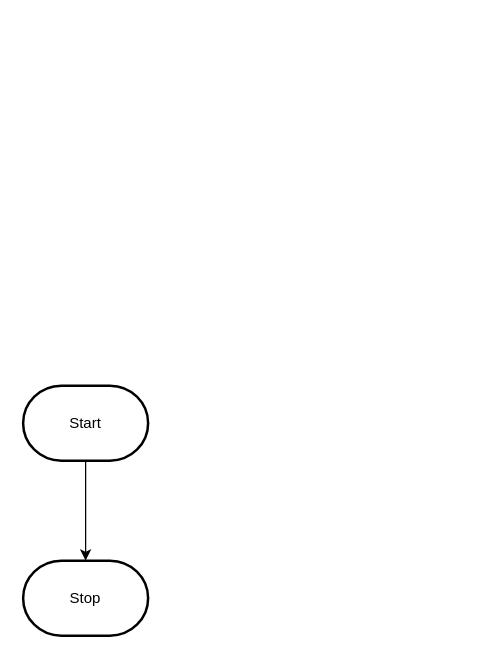
Earlier version of the draw.io diagram design/flowchart.drawio (MTHS-ICD2O-1-2024/ICD2O-Unit-5-07-peter-zerbinos). Source tidied: cells renumbered, new cells numbered last; positions are measured from the earlier drawing's top-left corner, leaving out a move shared by most shapes. Both pictures are drawn from the tidied source at 125%, with x=0, y=0 at pixel (22, 385).
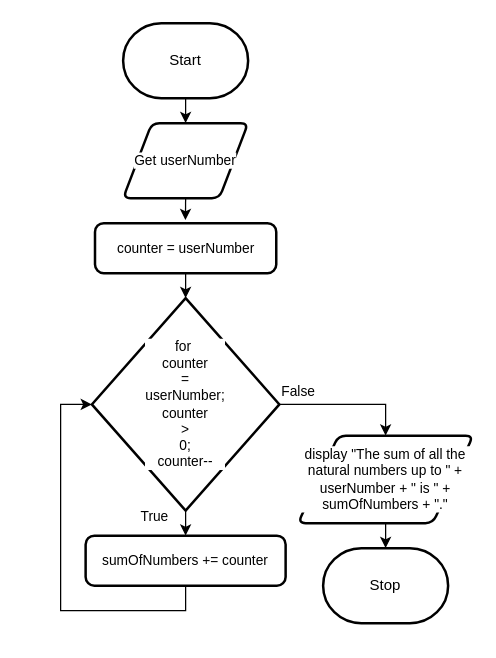
After the change.

Commit message (it also covers changes not shown here):
flowchart and storyboard

Diff of the diagram source:
```diff
@@
-    <mxCell id="2" style="edgeStyle=orthogonalEdgeStyle;html=1;rounded=0;" parent="1" edge="1" source="3" target="4">
+    <mxCell id="2" style="edgeStyle=orthogonalEdgeStyle;shape=connector;rounded=0;html=1;exitX=0.5;exitY=1;exitDx=0;exitDy=0;exitPerimeter=0;entryX=0.5;entryY=0;entryDx=0;entryDy=0;strokeColor=default;align=center;verticalAlign=middle;fontFamily=Helvetica;fontSize=11;fontColor=default;labelBackgroundColor=default;endArrow=classic;" parent="1" edge="1" source="3" target="5">
       <mxGeometry relative="1" as="geometry" />
     </mxCell>
     <mxCell id="3" value="Start" style="strokeWidth=2;html=1;shape=mxgraph.flowchart.terminator;whiteSpace=wrap;" parent="1" vertex="1">
-      <mxGeometry width="100" height="60" as="geometry" />
+      <mxGeometry x="80" y="-290" width="100" height="60" as="geometry" />
     </mxCell>
     <mxCell id="4" value="Stop" style="strokeWidth=2;html=1;shape=mxgraph.flowchart.terminator;whiteSpace=wrap;" parent="1" vertex="1">
-      <mxGeometry y="140" width="100" height="60" as="geometry" />
+      <mxGeometry x="240" y="130" width="100" height="60" as="geometry" />
     </mxCell>
+    <mxCell id="5" value="Get userNumber" style="shape=parallelogram;html=1;strokeWidth=2;perimeter=parallelogramPerimeter;whiteSpace=wrap;rounded=1;arcSize=12;size=0.23;fontFamily=Helvetica;fontSize=11;fontColor=default;labelBackgroundColor=default;" parent="1" vertex="1">
+      <mxGeometry x="80" y="-210" width="100" height="60" as="geometry" />
+    </mxCell>
+    <mxCell id="6" style="edgeStyle=orthogonalEdgeStyle;shape=connector;rounded=0;html=1;exitX=0.5;exitY=1;exitDx=0;exitDy=0;exitPerimeter=0;strokeColor=default;align=center;verticalAlign=middle;fontFamily=Helvetica;fontSize=11;fontColor=default;labelBackgroundColor=default;endArrow=classic;entryX=0.5;entryY=0;entryDx=0;entryDy=0;" parent="1" edge="1" source="7" target="8">
+      <mxGeometry relative="1" as="geometry" />
+    </mxCell>
+    <mxCell id="7" value="&lt;div&gt;&lt;font style=&quot;color: light-dark(rgb(0, 0, 0), rgb(255, 255, 255));&quot;&gt;for&amp;nbsp;&lt;/font&gt;&lt;/div&gt;&lt;div&gt;&lt;font style=&quot;color: light-dark(rgb(0, 0, 0), rgb(255, 255, 255));&quot;&gt;counter&lt;/font&gt;&lt;/div&gt;&lt;div&gt;&lt;span style=&quot;background-color: light-dark(#ffffff, var(--ge-dark-color, #121212));&quot;&gt;&lt;font style=&quot;color: light-dark(rgb(0, 0, 0), rgb(255, 255, 255));&quot;&gt;=&lt;/font&gt;&lt;/span&gt;&lt;/div&gt;&lt;div&gt;&lt;font style=&quot;color: light-dark(rgb(0, 0, 0), rgb(255, 255, 255));&quot;&gt;userNumber;&lt;/font&gt;&lt;/div&gt;&lt;div&gt;&lt;font style=&quot;color: light-dark(rgb(0, 0, 0), rgb(255, 255, 255));&quot;&gt;counter&lt;/font&gt;&lt;/div&gt;&lt;div&gt;&lt;font style=&quot;color: light-dark(rgb(0, 0, 0), rgb(255, 255, 255));&quot;&gt;&amp;gt;&lt;/font&gt;&lt;/div&gt;&lt;div&gt;&lt;font style=&quot;color: light-dark(rgb(0, 0, 0), rgb(255, 255, 255));&quot;&gt;0;&lt;/font&gt;&lt;/div&gt;&lt;div&gt;&lt;font style=&quot;color: light-dark(rgb(0, 0, 0), rgb(255, 255, 255));&quot;&gt;counter--&lt;/font&gt;&lt;/div&gt;" style="strokeWidth=2;html=1;shape=mxgraph.flowchart.decision;whiteSpace=wrap;fontFamily=Helvetica;fontSize=11;fontColor=default;labelBackgroundColor=default;" parent="1" vertex="1">
+      <mxGeometry x="55" y="-70" width="150" height="170" as="geometry" />
+    </mxCell>
+    <mxCell id="8" value="sumOfNumbers += counter" style="rounded=1;whiteSpace=wrap;html=1;absoluteArcSize=1;arcSize=14;strokeWidth=2;fontFamily=Helvetica;fontSize=11;fontColor=default;labelBackgroundColor=default;" parent="1" vertex="1">
+      <mxGeometry x="50" y="120" width="160" height="40" as="geometry" />
+    </mxCell>
+    <mxCell id="9" value="counter = userNumber" style="rounded=1;whiteSpace=wrap;html=1;absoluteArcSize=1;arcSize=14;strokeWidth=2;fontFamily=Helvetica;fontSize=11;fontColor=default;labelBackgroundColor=default;" parent="1" vertex="1">
+      <mxGeometry x="57.5" y="-130" width="145" height="40" as="geometry" />
+    </mxCell>
+    <mxCell id="10" value="True" style="text;html=1;align=center;verticalAlign=middle;strokeColor=none;fillColor=none;fontFamily=Helvetica;fontSize=11;fontColor=default;labelBackgroundColor=default;" parent="1" vertex="1">
+      <mxGeometry x="80" y="90" width="50" height="30" as="geometry" />
+    </mxCell>
+    <mxCell id="11" value="False" style="text;html=1;align=center;verticalAlign=middle;strokeColor=none;fillColor=none;fontFamily=Helvetica;fontSize=11;fontColor=default;labelBackgroundColor=default;" parent="1" vertex="1">
+      <mxGeometry x="195" y="-10" width="50" height="30" as="geometry" />
+    </mxCell>
+    <mxCell id="12" style="edgeStyle=orthogonalEdgeStyle;shape=connector;rounded=0;html=1;exitX=0.5;exitY=1;exitDx=0;exitDy=0;entryX=0;entryY=0.5;entryDx=0;entryDy=0;entryPerimeter=0;strokeColor=default;align=center;verticalAlign=middle;fontFamily=Helvetica;fontSize=11;fontColor=default;labelBackgroundColor=default;endArrow=classic;" parent="1" edge="1" source="8" target="7">
+      <mxGeometry relative="1" as="geometry">
+        <Array as="points">
+          <mxPoint x="130" y="180" />
+          <mxPoint x="30" y="180" />
+          <mxPoint x="30" y="15" />
+        </Array>
+      </mxGeometry>
+    </mxCell>
+    <mxCell id="13" style="edgeStyle=orthogonalEdgeStyle;shape=connector;rounded=0;html=1;exitX=1;exitY=0.5;exitDx=0;exitDy=0;exitPerimeter=0;strokeColor=default;align=center;verticalAlign=middle;fontFamily=Helvetica;fontSize=11;fontColor=default;labelBackgroundColor=default;endArrow=classic;entryX=0.5;entryY=0;entryDx=0;entryDy=0;" parent="1" edge="1" source="7" target="16">
+      <mxGeometry relative="1" as="geometry">
+        <Array as="points">
+          <mxPoint x="290" y="15" />
+        </Array>
+      </mxGeometry>
+    </mxCell>
+    <mxCell id="14" style="edgeStyle=orthogonalEdgeStyle;shape=connector;rounded=0;html=1;exitX=0.5;exitY=1;exitDx=0;exitDy=0;entryX=0.499;entryY=-0.061;entryDx=0;entryDy=0;entryPerimeter=0;strokeColor=default;align=center;verticalAlign=middle;fontFamily=Helvetica;fontSize=11;fontColor=default;labelBackgroundColor=default;endArrow=classic;" parent="1" edge="1" source="5" target="9">
+      <mxGeometry relative="1" as="geometry" />
+    </mxCell>
+    <mxCell id="15" style="edgeStyle=orthogonalEdgeStyle;shape=connector;rounded=0;html=1;exitX=0.5;exitY=1;exitDx=0;exitDy=0;entryX=0.5;entryY=0;entryDx=0;entryDy=0;entryPerimeter=0;strokeColor=default;align=center;verticalAlign=middle;fontFamily=Helvetica;fontSize=11;fontColor=default;labelBackgroundColor=default;endArrow=classic;" parent="1" edge="1" source="9" target="7">
+      <mxGeometry relative="1" as="geometry" />
+    </mxCell>
+    <mxCell id="16" value="display&amp;nbsp;&quot;The sum of all the natural numbers up to &quot; + userNumber + &quot; is &quot; + sumOfNumbers + &quot;.&quot;" style="shape=parallelogram;html=1;strokeWidth=2;perimeter=parallelogramPerimeter;whiteSpace=wrap;rounded=1;arcSize=12;size=0.23;fontFamily=Helvetica;fontSize=11;fontColor=default;labelBackgroundColor=default;" parent="1" vertex="1">
+      <mxGeometry x="220" y="40" width="140" height="70" as="geometry" />
+    </mxCell>
+    <mxCell id="17" style="edgeStyle=orthogonalEdgeStyle;shape=connector;rounded=0;html=1;exitX=0.5;exitY=1;exitDx=0;exitDy=0;entryX=0.5;entryY=0;entryDx=0;entryDy=0;entryPerimeter=0;strokeColor=default;align=center;verticalAlign=middle;fontFamily=Helvetica;fontSize=11;fontColor=default;labelBackgroundColor=default;endArrow=classic;" parent="1" edge="1" source="16" target="4">
+      <mxGeometry relative="1" as="geometry" />
+    </mxCell>
```
